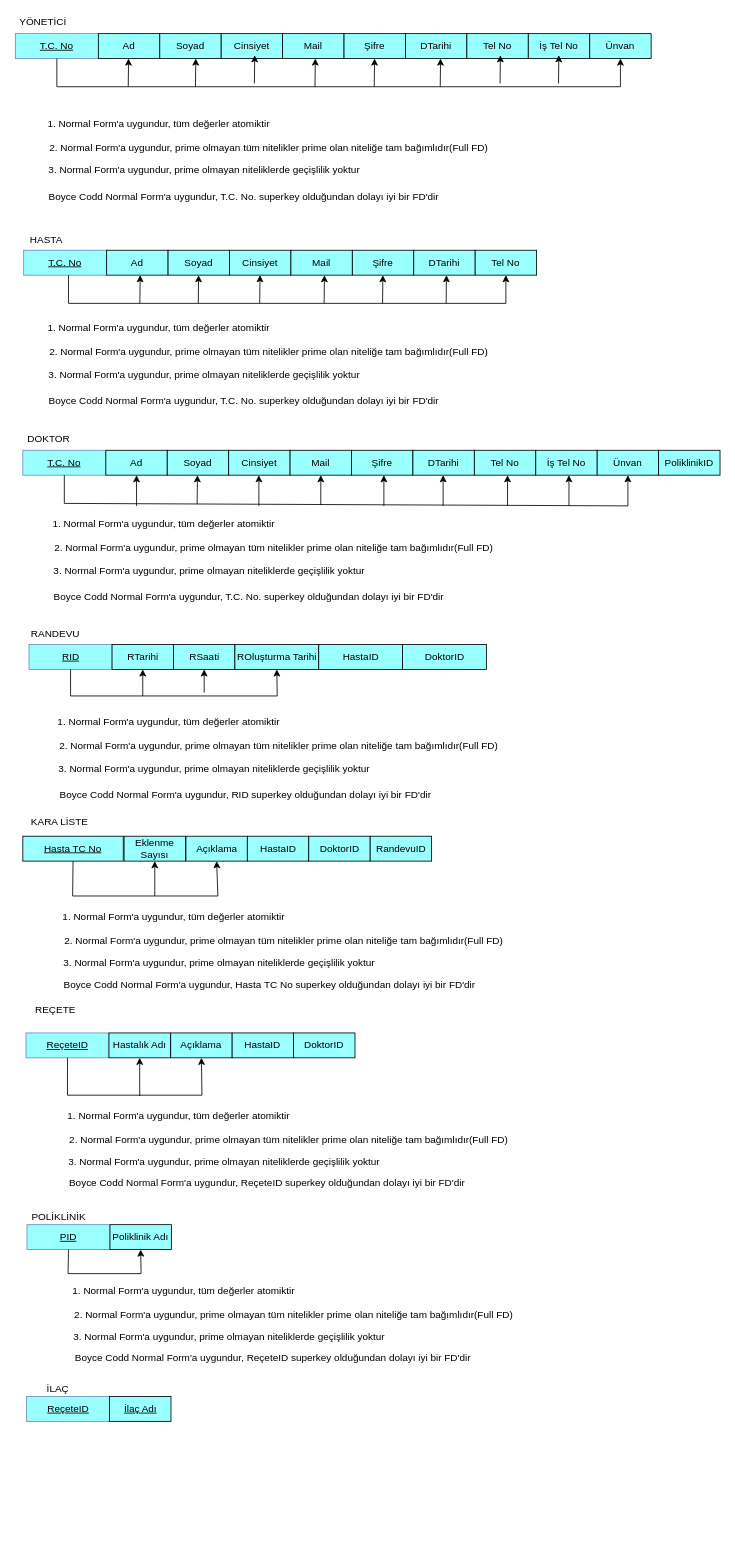
This is DBTasarım/FD.drawio from Karani42Karaman/hospital-appointment-system, a draw.io file, before an edit. Source tidied: cells renumbered, new cells numbered last; positions are measured from the earlier drawing's top-left corner, leaving out a move shared by most shapes. Both pictures are drawn from the tidied source at 83%, with x=0, y=0 at pixel (14, 14).
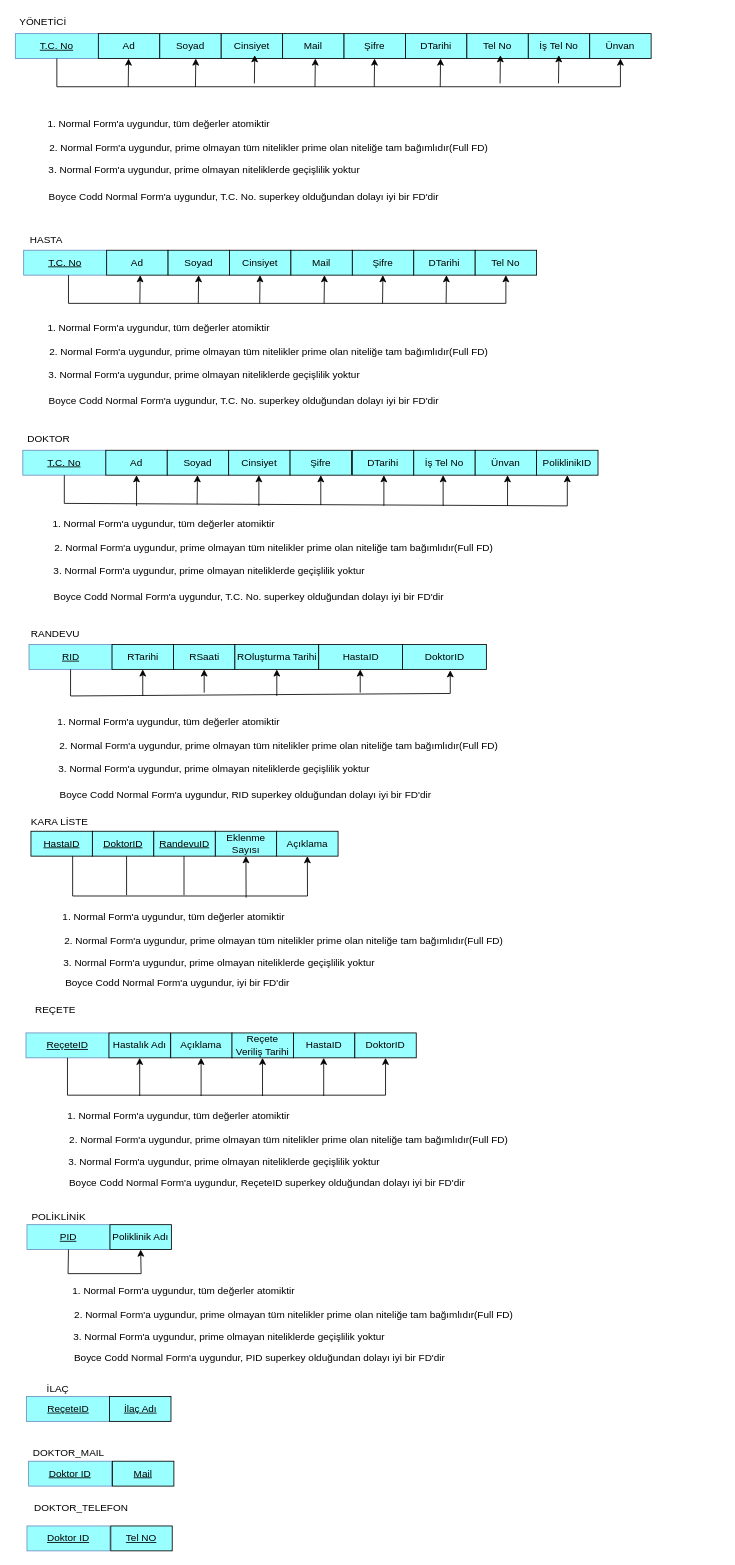
The same page after the edit.

Unchanged cells that the change refers to:
```xml
<mxCell id="23" value="&lt;u&gt;T.C. No&lt;/u&gt;" style="whiteSpace=wrap;html=1;align=center;fillColor=#99FFFF;strokeColor=#6c8ebf;" parent="1" vertex="1">
  <mxGeometry x="10" y="525" width="100" height="30" as="geometry" />
</mxCell>
<mxCell id="34" value="&lt;u&gt;RID&lt;/u&gt;" style="whiteSpace=wrap;html=1;align=center;fillColor=#99FFFF;strokeColor=#6c8ebf;" parent="1" vertex="1">
  <mxGeometry x="17.5" y="759" width="100" height="30" as="geometry" />
</mxCell>
<mxCell id="38" value="ROluşturma Tarihi" style="rounded=0;whiteSpace=wrap;html=1;labelBackgroundColor=none;fillColor=#99FFFF;" parent="1" vertex="1">
  <mxGeometry x="265.5" y="759" width="101" height="30" as="geometry" />
</mxCell>
<mxCell id="42" value="DoktorID" style="rounded=0;whiteSpace=wrap;html=1;labelBackgroundColor=none;fillColor=#99FFFF;" parent="1" vertex="1">
  <mxGeometry x="467.5" y="759" width="101" height="30" as="geometry" />
</mxCell>
<mxCell id="45" value="&lt;u&gt;ReçeteID&lt;/u&gt;" style="whiteSpace=wrap;html=1;align=center;fillColor=#99FFFF;strokeColor=#6c8ebf;" parent="1" vertex="1">
  <mxGeometry x="13.8" y="1227" width="100" height="30" as="geometry" />
</mxCell>
<mxCell id="48" value="Açıklama" style="rounded=0;whiteSpace=wrap;html=1;labelBackgroundColor=none;fillColor=#99FFFF;" parent="1" vertex="1">
  <mxGeometry x="188.2" y="1227" width="74" height="30" as="geometry" />
</mxCell>
```

The edit, as a diff of the source:
```diff
@@
-    <mxCell id="28" value="Mail" style="rounded=0;whiteSpace=wrap;html=1;labelBackgroundColor=none;fillColor=#99FFFF;" parent="1" vertex="1">
-      <mxGeometry x="332" y="525" width="74" height="30" as="geometry" />
-    </mxCell>
     <mxCell id="29" value="Şifre" style="rounded=0;whiteSpace=wrap;html=1;labelBackgroundColor=none;fillColor=#99FFFF;" parent="1" vertex="1">
-      <mxGeometry x="406" y="525" width="74" height="30" as="geometry" />
+      <mxGeometry x="332" y="525" width="74" height="30" as="geometry" />
     </mxCell>
     <mxCell id="30" value="DTarihi" style="rounded=0;whiteSpace=wrap;html=1;labelBackgroundColor=none;fillColor=#99FFFF;" parent="1" vertex="1">
-      <mxGeometry x="480" y="525" width="74" height="30" as="geometry" />
+      <mxGeometry x="407" y="525" width="74" height="30" as="geometry" />
     </mxCell>
-    <mxCell id="31" value="Tel No" style="rounded=0;whiteSpace=wrap;html=1;labelBackgroundColor=none;fillColor=#99FFFF;" parent="1" vertex="1">
-      <mxGeometry x="554" y="525" width="74" height="30" as="geometry" />
-    </mxCell>
     <mxCell id="32" value="İş Tel No" style="rounded=0;whiteSpace=wrap;html=1;labelBackgroundColor=none;fillColor=#99FFFF;" parent="1" vertex="1">
-      <mxGeometry x="628" y="525" width="74" height="30" as="geometry" />
+      <mxGeometry x="481" y="525" width="74" height="30" as="geometry" />
     </mxCell>
     <mxCell id="33" value="Ünvan" style="rounded=0;whiteSpace=wrap;html=1;labelBackgroundColor=none;fillColor=#99FFFF;" parent="1" vertex="1">
-      <mxGeometry x="702" y="525" width="74" height="30" as="geometry" />
+      <mxGeometry x="555" y="525" width="74" height="30" as="geometry" />
     </mxCell>
@@
     <mxCell id="44" value="PoliklinikID" style="rounded=0;whiteSpace=wrap;html=1;labelBackgroundColor=none;fillColor=#99FFFF;" parent="1" vertex="1">
-      <mxGeometry x="776" y="525" width="74" height="30" as="geometry" />
+      <mxGeometry x="629" y="525" width="74" height="30" as="geometry" />
     </mxCell>
@@
     <mxCell id="49" value="HastaID" style="rounded=0;whiteSpace=wrap;html=1;labelBackgroundColor=none;fillColor=#99FFFF;" parent="1" vertex="1">
-      <mxGeometry x="262.2" y="1227" width="74" height="30" as="geometry" />
+      <mxGeometry x="336" y="1227" width="74" height="30" as="geometry" />
     </mxCell>
     <mxCell id="50" value="DoktorID" style="rounded=0;whiteSpace=wrap;html=1;labelBackgroundColor=none;fillColor=#99FFFF;" parent="1" vertex="1">
-      <mxGeometry x="336.2" y="1227" width="74" height="30" as="geometry" />
+      <mxGeometry x="410" y="1227" width="74" height="30" as="geometry" />
     </mxCell>
@@
     <mxCell id="55" value="Eklenme Sayısı" style="rounded=0;whiteSpace=wrap;html=1;labelBackgroundColor=none;fillColor=#99FFFF;" parent="1" vertex="1">
-      <mxGeometry x="132" y="990" width="74" height="30" as="geometry" />
+      <mxGeometry x="241.8" y="984" width="74" height="30" as="geometry" />
     </mxCell>
     <mxCell id="56" value="Açıklama" style="rounded=0;whiteSpace=wrap;html=1;labelBackgroundColor=none;fillColor=#99FFFF;" parent="1" vertex="1">
-      <mxGeometry x="206.5" y="990" width="74" height="30" as="geometry" />
+      <mxGeometry x="315.8" y="984" width="74" height="30" as="geometry" />
     </mxCell>
-    <mxCell id="57" value="HastaID" style="rounded=0;whiteSpace=wrap;html=1;labelBackgroundColor=none;fillColor=#99FFFF;fontStyle=0;" parent="1" vertex="1">
-      <mxGeometry x="280.5" y="990" width="74" height="30" as="geometry" />
+    <mxCell id="57" value="HastaID" style="rounded=0;whiteSpace=wrap;html=1;labelBackgroundColor=none;fillColor=#99FFFF;fontStyle=4;" parent="1" vertex="1">
+      <mxGeometry x="19.8" y="984" width="74" height="30" as="geometry" />
     </mxCell>
-    <mxCell id="58" value="DoktorID" style="rounded=0;whiteSpace=wrap;html=1;labelBackgroundColor=none;fillColor=#99FFFF;fontStyle=0;" parent="1" vertex="1">
-      <mxGeometry x="354.5" y="990" width="74" height="30" as="geometry" />
+    <mxCell id="58" value="DoktorID" style="rounded=0;whiteSpace=wrap;html=1;labelBackgroundColor=none;fillColor=#99FFFF;fontStyle=4;" parent="1" vertex="1">
+      <mxGeometry x="93.8" y="984" width="74" height="30" as="geometry" />
     </mxCell>
-    <mxCell id="59" value="RandevuID" style="rounded=0;whiteSpace=wrap;html=1;labelBackgroundColor=none;fillColor=#99FFFF;fontStyle=0;" parent="1" vertex="1">
-      <mxGeometry x="428.5" y="990" width="74" height="30" as="geometry" />
+    <mxCell id="59" value="RandevuID" style="rounded=0;whiteSpace=wrap;html=1;labelBackgroundColor=none;fillColor=#99FFFF;fontStyle=4;" parent="1" vertex="1">
+      <mxGeometry x="167.8" y="984" width="74" height="30" as="geometry" />
     </mxCell>
@@
-    <mxCell id="69" value="&lt;u&gt;Hasta TC No&lt;/u&gt;" style="whiteSpace=wrap;html=1;fillColor=#99FFFF;rounded=0;labelBackgroundColor=none;" parent="1" vertex="1">
-      <mxGeometry x="10" y="990" width="121" height="30" as="geometry" />
-    </mxCell>
-    <mxCell id="70" style="endArrow=classic;html=1;rounded=0;exitX=0.5;exitY=1;exitDx=0;exitDy=0;entryX=0.5;entryY=1;entryDx=0;entryDy=0;" parent="1" edge="1" source="69" target="56">
+    <mxCell id="70" style="endArrow=classic;html=1;rounded=0;entryX=0.5;entryY=1;entryDx=0;entryDy=0;" parent="1" edge="1" target="56">
       <mxGeometry relative="1" as="geometry">
+        <mxPoint x="70" y="1014" as="sourcePoint" />
         <Array as="points">
           <mxPoint x="70" y="1062" />
-          <mxPoint x="245" y="1062" />
+          <mxPoint x="353" y="1062" />
         </Array>
       </mxGeometry>
     </mxCell>
     <mxCell id="71" style="endArrow=classic;html=1;rounded=0;entryX=0.5;entryY=1;entryDx=0;entryDy=0;" parent="1" edge="1" target="55">
       <mxGeometry relative="1" as="geometry">
-        <mxPoint x="169" y="1062" as="sourcePoint" />
+        <mxPoint x="279" y="1064" as="sourcePoint" />
       </mxGeometry>
     </mxCell>
-    <mxCell id="72" style="endArrow=classic;html=1;rounded=0;exitX=0.5;exitY=1;exitDx=0;exitDy=0;entryX=0.5;entryY=1;entryDx=0;entryDy=0;" parent="1" edge="1" source="34" target="38">
+    <mxCell id="72" style="endArrow=classic;html=1;rounded=0;exitX=0.5;exitY=1;exitDx=0;exitDy=0;entryX=0.569;entryY=1.033;entryDx=0;entryDy=0;entryPerimeter=0;" parent="1" edge="1" source="34" target="42">
       <mxGeometry relative="1" as="geometry">
         <Array as="points">
           <mxPoint x="67.5" y="821" />
-          <mxPoint x="316.5" y="821" />
+          <mxPoint x="525" y="818" />
         </Array>
       </mxGeometry>
     </mxCell>
@@
-    <mxCell id="76" style="endArrow=classic;html=1;rounded=0;exitX=0.5;exitY=1;exitDx=0;exitDy=0;entryX=0.5;entryY=1;entryDx=0;entryDy=0;" parent="1" edge="1" source="23" target="33">
+    <mxCell id="76" style="endArrow=classic;html=1;rounded=0;exitX=0.5;exitY=1;exitDx=0;exitDy=0;entryX=0.5;entryY=1;entryDx=0;entryDy=0;" parent="1" edge="1" source="23" target="44">
       <mxGeometry relative="1" as="geometry">
         <Array as="points">
           <mxPoint x="60" y="589" />
-          <mxPoint x="739" y="592" />
+          <mxPoint x="666" y="592" />
         </Array>
       </mxGeometry>
     </mxCell>
@@
-    <mxCell id="80" style="endArrow=classic;html=1;rounded=0;entryX=0.5;entryY=1;entryDx=0;entryDy=0;" parent="1" edge="1" target="28">
+    <mxCell id="80" style="endArrow=classic;html=1;rounded=0;entryX=0.5;entryY=1;entryDx=0;entryDy=0;" parent="1" edge="1">
       <mxGeometry relative="1" as="geometry">
         <mxPoint x="369" y="591" as="sourcePoint" />
+        <mxPoint x="369" y="555" as="targetPoint" />
       </mxGeometry>
     </mxCell>
@@
-    <mxCell id="84" style="endArrow=classic;html=1;rounded=0;entryX=0.5;entryY=1;entryDx=0;entryDy=0;" parent="1" edge="1">
-      <mxGeometry relative="1" as="geometry">
-        <mxPoint x="668" y="592" as="sourcePoint" />
-        <mxPoint x="668" y="555" as="targetPoint" />
-      </mxGeometry>
-    </mxCell>
-    <mxCell id="85" style="endArrow=classic;html=1;rounded=0;exitX=0.5;exitY=1;exitDx=0;exitDy=0;entryX=0.5;entryY=1;entryDx=0;entryDy=0;" parent="1" edge="1" source="45" target="48">
+    <mxCell id="85" style="endArrow=classic;html=1;rounded=0;exitX=0.5;exitY=1;exitDx=0;exitDy=0;entryX=0.5;entryY=1;entryDx=0;entryDy=0;" parent="1" edge="1" source="45" target="50">
       <mxGeometry relative="1" as="geometry">
         <Array as="points">
           <mxPoint x="63.8" y="1302" />
-          <mxPoint x="225.8" y="1302" />
+          <mxPoint x="447" y="1302" />
         </Array>
       </mxGeometry>
     </mxCell>
@@
-    <mxCell id="113" value="Boyce Codd Normal Form'a uygundur, Hasta TC No superkey olduğundan dolayı iyi bir FD'dir" style="text;html=1;align=center;verticalAlign=middle;strokeColor=none;fillColor=none;" parent="1" vertex="1">
-      <mxGeometry x="54" y="1160" width="506" height="18" as="geometry" />
+    <mxCell id="113" value="Boyce Codd Normal Form'a uygundur, iyi bir FD'dir" style="text;html=1;align=center;verticalAlign=middle;strokeColor=none;fillColor=none;" parent="1" vertex="1">
+      <mxGeometry x="56" y="1158" width="280" height="18" as="geometry" />
     </mxCell>
@@
-    <mxCell id="121" value="Boyce Codd Normal Form'a uygundur, ReçeteID superkey olduğundan dolayı iyi bir FD'dir" style="text;html=1;align=center;verticalAlign=middle;strokeColor=none;fillColor=none;" parent="1" vertex="1">
-      <mxGeometry x="67.5" y="1610" width="487" height="18" as="geometry" />
+    <mxCell id="121" value="Boyce Codd Normal Form'a uygundur, PID superkey olduğundan dolayı iyi bir FD'dir" style="text;html=1;align=center;verticalAlign=middle;strokeColor=none;fillColor=none;" parent="1" vertex="1">
+      <mxGeometry x="66.5" y="1610" width="457" height="18" as="geometry" />
     </mxCell>
+    <mxCell id="122" value="&lt;u&gt;Doktor ID&lt;/u&gt;" style="whiteSpace=wrap;html=1;align=center;fillColor=#99FFFF;strokeColor=#6c8ebf;" parent="1" vertex="1">
+      <mxGeometry x="17" y="1743" width="100" height="30" as="geometry" />
+    </mxCell>
+    <mxCell id="123" value="DOKTOR_MAIL" style="text;html=1;align=center;verticalAlign=middle;strokeColor=none;fillColor=none;" parent="1" vertex="1">
+      <mxGeometry x="15" y="1723" width="100" height="20" as="geometry" />
+    </mxCell>
+    <mxCell id="124" value="DOKTOR_TELEFON" style="text;html=1;align=center;verticalAlign=middle;strokeColor=none;fillColor=none;" parent="1" vertex="1">
+      <mxGeometry x="15" y="1790" width="130" height="20" as="geometry" />
+    </mxCell>
+    <mxCell id="28" value="Mail" style="rounded=0;whiteSpace=wrap;html=1;labelBackgroundColor=none;fillColor=#99FFFF;fontStyle=4;" parent="1" vertex="1">
+      <mxGeometry x="118" y="1743" width="74" height="30" as="geometry" />
+    </mxCell>
+    <mxCell id="125" value="&lt;u&gt;Doktor ID&lt;/u&gt;" style="whiteSpace=wrap;html=1;align=center;fillColor=#99FFFF;strokeColor=#6c8ebf;" parent="1" vertex="1">
+      <mxGeometry x="15" y="1821" width="100" height="30" as="geometry" />
+    </mxCell>
+    <mxCell id="126" value="Tel NO" style="rounded=0;whiteSpace=wrap;html=1;labelBackgroundColor=none;fillColor=#99FFFF;fontStyle=4;" parent="1" vertex="1">
+      <mxGeometry x="116" y="1821" width="74" height="30" as="geometry" />
+    </mxCell>
+    <mxCell id="127" style="endArrow=classic;html=1;rounded=0;entryX=0.5;entryY=1;entryDx=0;entryDy=0;" parent="1" edge="1">
+      <mxGeometry relative="1" as="geometry">
+        <mxPoint x="416.5" y="817" as="sourcePoint" />
+        <mxPoint x="416.5" y="789" as="targetPoint" />
+      </mxGeometry>
+    </mxCell>
+    <mxCell id="128" style="endArrow=classic;html=1;rounded=0;entryX=0.5;entryY=1;entryDx=0;entryDy=0;" parent="1" edge="1" target="38">
+      <mxGeometry relative="1" as="geometry">
+        <mxPoint x="316" y="821" as="sourcePoint" />
+      </mxGeometry>
+    </mxCell>
+    <mxCell id="129" style="endArrow=none;html=1;rounded=0;" parent="1" edge="1">
+      <mxGeometry relative="1" as="geometry">
+        <mxPoint x="135" y="1061" as="sourcePoint" />
+        <mxPoint x="135" y="1014" as="targetPoint" />
+      </mxGeometry>
+    </mxCell>
+    <mxCell id="130" style="endArrow=none;html=1;rounded=0;" parent="1" edge="1">
+      <mxGeometry relative="1" as="geometry">
+        <mxPoint x="204.2" y="1061" as="sourcePoint" />
+        <mxPoint x="204.2" y="1014" as="targetPoint" />
+      </mxGeometry>
+    </mxCell>
+    <mxCell id="131" style="endArrow=classic;html=1;rounded=0;entryX=0.5;entryY=1;entryDx=0;entryDy=0;" parent="1" edge="1">
+      <mxGeometry relative="1" as="geometry">
+        <mxPoint x="224.8" y="1303" as="sourcePoint" />
+        <mxPoint x="224.8" y="1257" as="targetPoint" />
+      </mxGeometry>
+    </mxCell>
+    <mxCell id="132" style="endArrow=classic;html=1;rounded=0;entryX=0.5;entryY=1;entryDx=0;entryDy=0;" parent="1" edge="1">
+      <mxGeometry relative="1" as="geometry">
+        <mxPoint x="298.8" y="1303" as="sourcePoint" />
+        <mxPoint x="298.8" y="1257" as="targetPoint" />
+      </mxGeometry>
+    </mxCell>
+    <mxCell id="133" value="Reçete Veriliş Tarihi" style="rounded=0;whiteSpace=wrap;html=1;labelBackgroundColor=none;fillColor=#99FFFF;" parent="1" vertex="1">
+      <mxGeometry x="262" y="1227" width="74" height="30" as="geometry" />
+    </mxCell>
+    <mxCell id="134" style="endArrow=classic;html=1;rounded=0;entryX=0.5;entryY=1;entryDx=0;entryDy=0;" parent="1" edge="1">
+      <mxGeometry relative="1" as="geometry">
+        <mxPoint x="372.5" y="1303" as="sourcePoint" />
+        <mxPoint x="372.5" y="1257" as="targetPoint" />
+      </mxGeometry>
+    </mxCell>
```
